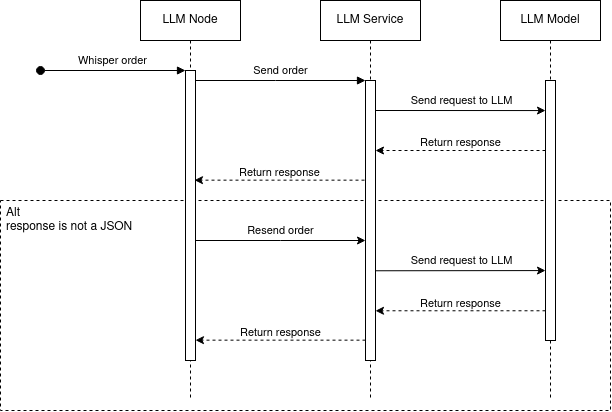
The draw.io diagram docs/memoria/images/diseno_seq_llm.png in tb18003/llm-btree-tfg, before a commit. Source tidied: cells renumbered, new cells last; positions are measured from the earlier drawing's top-left corner, leaving out a move shared by most shapes.
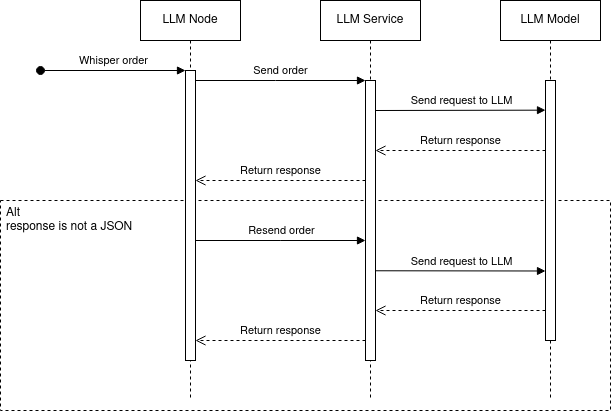
After the change.

The edit, as a diff of the source:
```diff
@@ -38,7 +38,7 @@
     <mxCell id="10" style="html=1;perimeter=orthogonalPerimeter;targetShapes=umlLifeline;newEdgeStyle={&quot;edgeStyle&quot;:&quot;elbowEdgeStyle&quot;,&quot;elbow&quot;:&quot;vertical&quot;,&quot;curved&quot;:0,&quot;rounded&quot;:0};" parent="9" vertex="1">
       <mxGeometry x="45" y="80" width="10" height="260" as="geometry" />
     </mxCell>
-    <mxCell id="11" style="edgeStyle=elbowEdgeStyle;rounded=0;orthogonalLoop=1;jettySize=auto;html=1;elbow=vertical;curved=0;" parent="1" edge="1">
+    <mxCell id="11" style="edgeStyle=elbowEdgeStyle;rounded=0;orthogonalLoop=1;jettySize=auto;html=1;elbow=vertical;curved=0;endArrow=block;endFill=1;" parent="1" edge="1">
       <mxGeometry relative="1" as="geometry">
         <mxPoint x="375" y="110" as="sourcePoint" />
         <mxPoint x="545" y="110" as="targetPoint" />
@@ -49,32 +49,10 @@
         <mxPoint x="11" y="-11" as="offset" />
       </mxGeometry>
     </mxCell>
-    <mxCell id="13" style="edgeStyle=elbowEdgeStyle;rounded=0;orthogonalLoop=1;jettySize=auto;html=1;elbow=horizontal;curved=0;dashed=1;" parent="1" edge="1">
-      <mxGeometry relative="1" as="geometry">
-        <mxPoint x="545" y="150" as="sourcePoint" />
-        <mxPoint x="375" y="150" as="targetPoint" />
-      </mxGeometry>
-    </mxCell>
-    <mxCell id="14" value="Return response" style="edgeLabel;html=1;align=center;verticalAlign=middle;" parent="13" vertex="1">
-      <mxGeometry x="-0.1" y="2" relative="1" as="geometry">
-        <mxPoint x="-9" y="-10" as="offset" />
-      </mxGeometry>
-    </mxCell>
     <mxCell id="15" value="&lt;div align=&quot;left&quot;&gt;Alt&lt;/div&gt;&lt;div align=&quot;left&quot;&gt;response is not a JSON&lt;/div&gt;" style="text;html=1;align=left;verticalAlign=middle;whiteSpace=wrap;rounded=0;" parent="1" vertex="1">
       <mxGeometry x="4" y="200" width="180" height="40" as="geometry" />
     </mxCell>
-    <mxCell id="16" style="edgeStyle=elbowEdgeStyle;rounded=0;orthogonalLoop=1;jettySize=auto;html=1;elbow=horizontal;curved=0;dashed=1;" parent="1" edge="1">
-      <mxGeometry relative="1" as="geometry">
-        <mxPoint x="364" y="179.7" as="sourcePoint" />
-        <mxPoint x="194" y="179.7" as="targetPoint" />
-      </mxGeometry>
-    </mxCell>
-    <mxCell id="17" value="Return response" style="edgeLabel;html=1;align=center;verticalAlign=middle;" parent="16" vertex="1">
-      <mxGeometry x="-0.1" y="2" relative="1" as="geometry">
-        <mxPoint x="-9" y="-10" as="offset" />
-      </mxGeometry>
-    </mxCell>
-    <mxCell id="18" style="edgeStyle=elbowEdgeStyle;rounded=0;orthogonalLoop=1;jettySize=auto;html=1;elbow=horizontal;curved=0;" parent="1" edge="1">
+    <mxCell id="18" style="edgeStyle=elbowEdgeStyle;rounded=0;orthogonalLoop=1;jettySize=auto;html=1;elbow=horizontal;curved=0;endArrow=block;endFill=1;" parent="1" edge="1">
       <mxGeometry relative="1" as="geometry">
         <mxPoint x="195" y="240" as="sourcePoint" />
         <mxPoint x="365" y="240" as="targetPoint" />
@@ -85,7 +63,7 @@
         <mxPoint x="-9" y="-10" as="offset" />
       </mxGeometry>
     </mxCell>
-    <mxCell id="20" style="edgeStyle=elbowEdgeStyle;rounded=0;orthogonalLoop=1;jettySize=auto;html=1;elbow=vertical;curved=0;" parent="1" edge="1">
+    <mxCell id="20" style="edgeStyle=elbowEdgeStyle;rounded=0;orthogonalLoop=1;jettySize=auto;html=1;elbow=vertical;curved=0;endArrow=block;endFill=1;" parent="1" edge="1">
       <mxGeometry relative="1" as="geometry">
         <mxPoint x="375" y="270.3" as="sourcePoint" />
         <mxPoint x="545" y="270.3" as="targetPoint" />
@@ -96,27 +74,41 @@
         <mxPoint x="11" y="-11" as="offset" />
       </mxGeometry>
     </mxCell>
-    <mxCell id="22" style="edgeStyle=elbowEdgeStyle;rounded=0;orthogonalLoop=1;jettySize=auto;html=1;elbow=horizontal;curved=0;dashed=1;" parent="1" edge="1">
-      <mxGeometry relative="1" as="geometry">
-        <mxPoint x="545" y="310.3" as="sourcePoint" />
-        <mxPoint x="375" y="310.3" as="targetPoint" />
-      </mxGeometry>
-    </mxCell>
-    <mxCell id="23" value="Return response" style="edgeLabel;html=1;align=center;verticalAlign=middle;" parent="22" vertex="1">
-      <mxGeometry x="-0.1" y="2" relative="1" as="geometry">
-        <mxPoint x="-9" y="-10" as="offset" />
-      </mxGeometry>
-    </mxCell>
-    <mxCell id="24" style="edgeStyle=elbowEdgeStyle;rounded=0;orthogonalLoop=1;jettySize=auto;html=1;elbow=horizontal;curved=0;dashed=1;" parent="1" edge="1">
-      <mxGeometry relative="1" as="geometry">
-        <mxPoint x="365" y="339.7" as="sourcePoint" />
-        <mxPoint x="195" y="339.7" as="targetPoint" />
-      </mxGeometry>
-    </mxCell>
-    <mxCell id="25" value="Return response" style="edgeLabel;html=1;align=center;verticalAlign=middle;" parent="24" vertex="1">
-      <mxGeometry x="-0.1" y="2" relative="1" as="geometry">
-        <mxPoint x="-9" y="-10" as="offset" />
-      </mxGeometry>
-    </mxCell>
+    <mxCell id="26" value="Return response" style="html=1;verticalAlign=bottom;endArrow=open;dashed=1;endSize=8;edgeStyle=elbowEdgeStyle;elbow=vertical;curved=0;rounded=0;" parent="1" edge="1">
+      <mxGeometry relative="1" as="geometry">
+        <mxPoint x="365" y="180" as="sourcePoint" />
+        <mxPoint x="195" y="180" as="targetPoint" />
+        <Array as="points">
+          <mxPoint x="290" y="180" />
+        </Array>
+      </mxGeometry>
+    </mxCell>
+    <mxCell id="27" value="Return response" style="html=1;verticalAlign=bottom;endArrow=open;dashed=1;endSize=8;edgeStyle=elbowEdgeStyle;elbow=vertical;curved=0;rounded=0;" parent="1" edge="1">
+      <mxGeometry relative="1" as="geometry">
+        <mxPoint x="545" y="150" as="sourcePoint" />
+        <mxPoint x="375" y="150" as="targetPoint" />
+        <Array as="points">
+          <mxPoint x="470" y="150" />
+        </Array>
+      </mxGeometry>
+    </mxCell>
+    <mxCell id="28" value="Return response" style="html=1;verticalAlign=bottom;endArrow=open;dashed=1;endSize=8;edgeStyle=elbowEdgeStyle;elbow=vertical;curved=0;rounded=0;" parent="1" edge="1">
+      <mxGeometry relative="1" as="geometry">
+        <mxPoint x="545" y="310" as="sourcePoint" />
+        <mxPoint x="375" y="310" as="targetPoint" />
+        <Array as="points">
+          <mxPoint x="470" y="310" />
+        </Array>
+      </mxGeometry>
+    </mxCell>
+    <mxCell id="29" value="Return response" style="html=1;verticalAlign=bottom;endArrow=open;dashed=1;endSize=8;edgeStyle=elbowEdgeStyle;elbow=vertical;curved=0;rounded=0;" parent="1" edge="1">
+      <mxGeometry relative="1" as="geometry">
+        <mxPoint x="365" y="340" as="sourcePoint" />
+        <mxPoint x="195" y="340" as="targetPoint" />
+        <Array as="points">
+          <mxPoint x="290" y="340" />
+        </Array>
+      </mxGeometry>
+    </mxCell>
   </root>
 </mxGraphModel>
```
